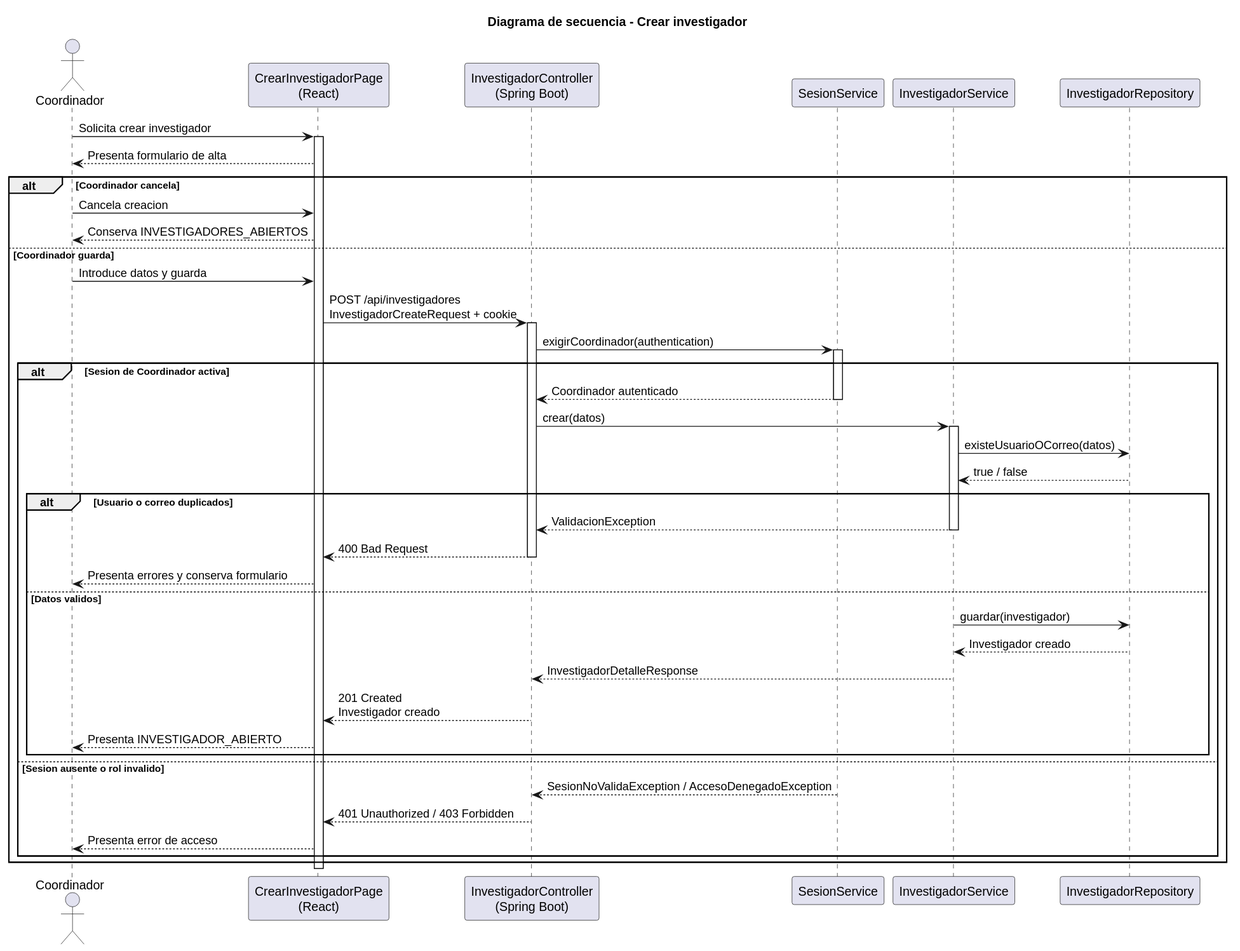
Above: images/RUP/02-diseño/casos-uso/coordinador/crearInvestigador/secuencia.svg in beatriizorozco/25-26-idsw2-sdVC (PlantUML), before the change.
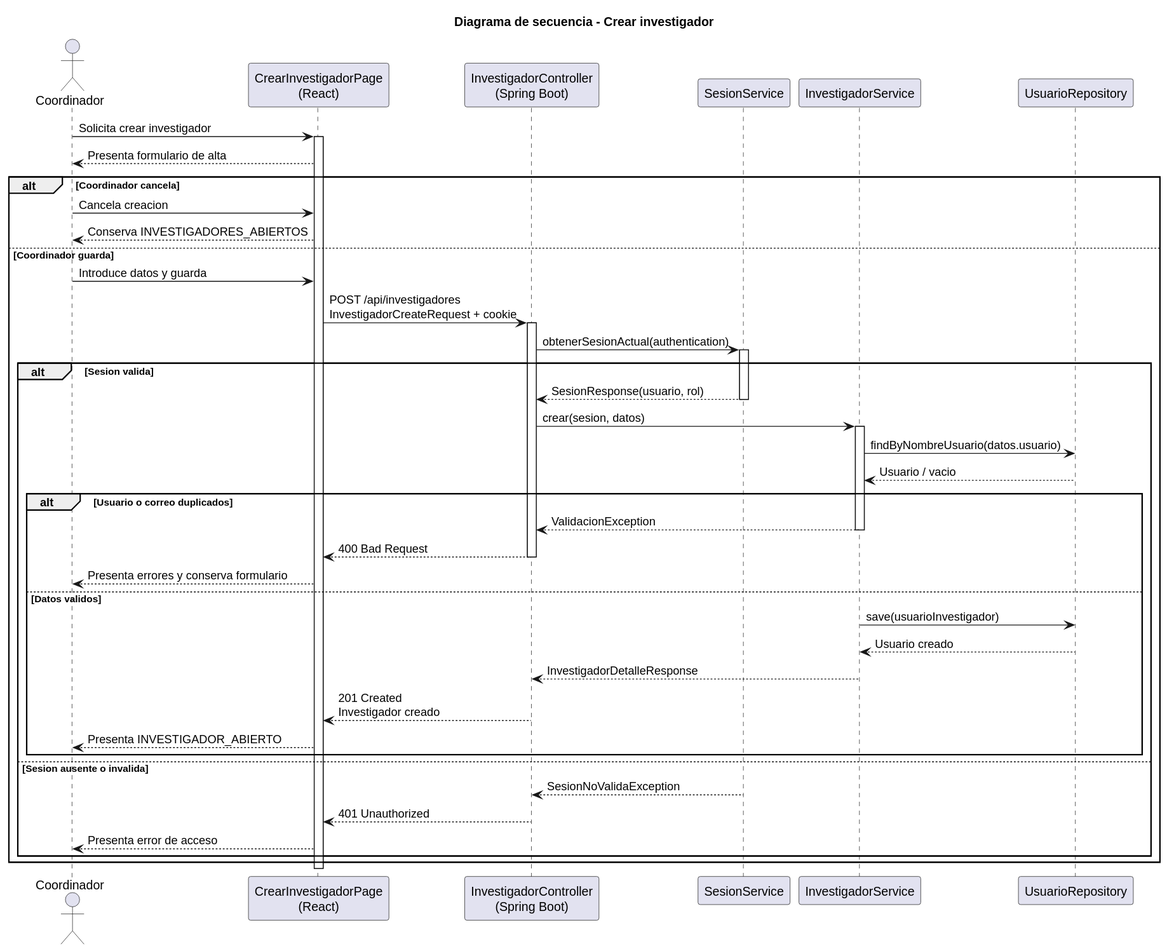
The same diagram one commit later.

Diff of the diagram source:
```diff
@@ -6,7 +6,7 @@
 participant "InvestigadorController\n(Spring Boot)" as Api
 participant "SesionService" as Sesion
 participant "InvestigadorService" as Service
-participant "InvestigadorRepository" as Repo
+participant "UsuarioRepository" as Repo
 
 Coordinador -> Frontend: Solicita crear investigador
 activate Frontend
@@ -18,15 +18,15 @@
     Coordinador -> Frontend: Introduce datos y guarda
     Frontend -> Api: POST /api/investigadores\nInvestigadorCreateRequest + cookie
     activate Api
-    Api -> Sesion: exigirCoordinador(authentication)
+    Api -> Sesion: obtenerSesionActual(authentication)
     activate Sesion
-    alt Sesion de Coordinador activa
-        Sesion --> Api: Coordinador autenticado
+    alt Sesion valida
+        Sesion --> Api: SesionResponse(usuario, rol)
         deactivate Sesion
-        Api -> Service: crear(datos)
+        Api -> Service: crear(sesion, datos)
         activate Service
-        Service -> Repo: existeUsuarioOCorreo(datos)
-        Repo --> Service: true / false
+        Service -> Repo: findByNombreUsuario(datos.usuario)
+        Repo --> Service: Usuario / vacio
         alt Usuario o correo duplicados
             Service --> Api: ValidacionException
             deactivate Service
@@ -34,18 +34,18 @@
             deactivate Api
             Frontend --> Coordinador: Presenta errores y conserva formulario
         else Datos validos
-            Service -> Repo: guardar(investigador)
-            Repo --> Service: Investigador creado
+            Service -> Repo: save(usuarioInvestigador)
+            Repo --> Service: Usuario creado
             Service --> Api: InvestigadorDetalleResponse
             deactivate Service
             Api --> Frontend: 201 Created\nInvestigador creado
             deactivate Api
             Frontend --> Coordinador: Presenta INVESTIGADOR_ABIERTO
         end
-    else Sesion ausente o rol invalido
-        Sesion --> Api: SesionNoValidaException / AccesoDenegadoException
+    else Sesion ausente o invalida
+        Sesion --> Api: SesionNoValidaException
         deactivate Sesion
-        Api --> Frontend: 401 Unauthorized / 403 Forbidden
+        Api --> Frontend: 401 Unauthorized
         deactivate Api
         Frontend --> Coordinador: Presenta error de acceso
     end
```
